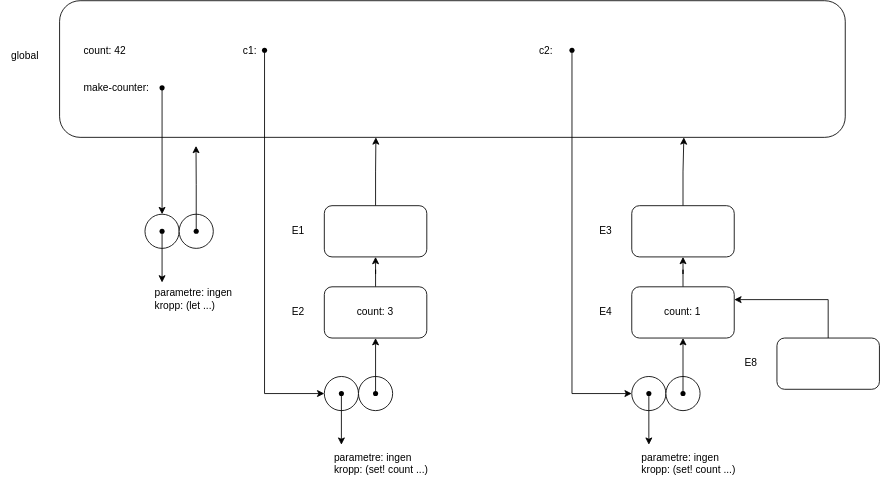
larissavdv/IN2040 keeps this draw.io diagram as 1b_environment.svg. Above is the earlier version. Source tidied: cells renumbered, new cells last; positions are measured from the earlier drawing's top-left corner, leaving out a move shared by most shapes. The source it was exported from:
```xml
<mxGraphModel>
  <root>
    <mxCell id="0" />
    <mxCell id="1" parent="0" />
    <mxCell id="2" value="&lt;span style=&quot;white-space: pre;&quot;&gt;&#9;&lt;/span&gt;count: 42&lt;span style=&quot;white-space: pre;&quot;&gt;&#9;&lt;/span&gt;&lt;span style=&quot;white-space: pre;&quot;&gt;&#9;&lt;/span&gt;&lt;span style=&quot;white-space: pre;&quot;&gt;&#9;&lt;/span&gt;&lt;span style=&quot;white-space: pre;&quot;&gt;&#9;&lt;/span&gt;&lt;span style=&quot;white-space: pre;&quot;&gt;&#9;&lt;/span&gt;&lt;span style=&quot;white-space: pre;&quot;&gt;&#9;&lt;/span&gt;c1:&lt;span style=&quot;white-space: pre;&quot;&gt;&#9;&lt;/span&gt;&lt;span style=&quot;white-space: pre;&quot;&gt;&#9;&lt;/span&gt;&lt;span style=&quot;white-space: pre;&quot;&gt;&#9;&lt;/span&gt;&lt;span style=&quot;white-space: pre;&quot;&gt;&#9;&lt;/span&gt;&lt;span style=&quot;white-space: pre;&quot;&gt;&#9;&lt;/span&gt;&lt;span style=&quot;white-space: pre;&quot;&gt;&#9;&lt;/span&gt;&lt;span style=&quot;white-space: pre;&quot;&gt;&#9;&lt;/span&gt;&lt;span style=&quot;white-space: pre;&quot;&gt;&#9;&lt;/span&gt;&lt;span style=&quot;white-space: pre;&quot;&gt;&#9;&lt;/span&gt;&lt;span style=&quot;white-space: pre;&quot;&gt;&#9;&lt;span style=&quot;white-space: pre;&quot;&gt;&#9;&lt;/span&gt;&lt;span style=&quot;white-space: pre;&quot;&gt;&#9;&lt;/span&gt;&lt;span style=&quot;white-space: pre;&quot;&gt;&#9;&lt;/span&gt;&lt;/span&gt;c2:&amp;nbsp;&lt;div&gt;&lt;br&gt;&lt;/div&gt;&lt;div&gt;&lt;br&gt;&lt;/div&gt;&lt;div&gt;&lt;span style=&quot;white-space: pre;&quot;&gt;&#9;&lt;/span&gt;make-counter:&amp;nbsp;&lt;/div&gt;" style="rounded=1;whiteSpace=wrap;html=1;roundedPerimeter=1;align=left;" parent="1" vertex="1">
      <mxGeometry x="70" width="920" height="160" as="geometry" />
    </mxCell>
    <mxCell id="3" value="global" style="text;html=1;whiteSpace=wrap;strokeColor=none;fillColor=none;align=center;verticalAlign=middle;rounded=0;" parent="1" vertex="1">
      <mxGeometry y="50" width="60" height="30" as="geometry" />
    </mxCell>
    <mxCell id="4" style="edgeStyle=orthogonalEdgeStyle;rounded=0;jettySize=auto;html=1;entryX=0.5;entryY=0;entryDx=0;entryDy=0;" parent="1" edge="1" source="5" target="6">
      <mxGeometry relative="1" as="geometry" />
    </mxCell>
    <mxCell id="5" style="shape=waypoint;sketch=0;fillStyle=solid;size=6;points=[];fillColor=none;perimeter=centerPerimeter;snapToPoint=1;" parent="1" vertex="1">
      <mxGeometry x="180" y="92" width="20" height="20" as="geometry" />
    </mxCell>
    <mxCell id="6" style="ellipse;whiteSpace=wrap;html=1;shapeInside=1;" parent="1" vertex="1">
      <mxGeometry x="170" y="250" width="40" height="40" as="geometry" />
    </mxCell>
    <mxCell id="7" style="ellipse;whiteSpace=wrap;html=1;shapeInside=1;" parent="1" vertex="1">
      <mxGeometry x="210" y="250" width="40" height="40" as="geometry" />
    </mxCell>
    <mxCell id="8" style="edgeStyle=orthogonalEdgeStyle;rounded=0;jettySize=auto;html=1;" parent="1" edge="1" source="9">
      <mxGeometry relative="1" as="geometry">
        <mxPoint x="190" y="330" as="targetPoint" />
      </mxGeometry>
    </mxCell>
    <mxCell id="9" style="shape=waypoint;sketch=0;fillStyle=solid;size=6;points=[];fillColor=none;perimeter=centerPerimeter;snapToPoint=1;" parent="1" vertex="1">
      <mxGeometry x="180" y="260" width="20" height="20" as="geometry" />
    </mxCell>
    <mxCell id="10" style="edgeStyle=orthogonalEdgeStyle;rounded=0;jettySize=auto;html=1;entryX=0.154;entryY=0.997;entryDx=0;entryDy=0;" parent="1" edge="1" source="11">
      <mxGeometry relative="1" as="geometry">
        <mxPoint x="229.8" y="170" as="targetPoint" />
      </mxGeometry>
    </mxCell>
    <mxCell id="11" style="shape=waypoint;sketch=0;fillStyle=solid;size=6;points=[];fillColor=none;perimeter=centerPerimeter;snapToPoint=1;" parent="1" vertex="1">
      <mxGeometry x="220" y="260" width="20" height="20" as="geometry" />
    </mxCell>
    <mxCell id="12" value="parametre: ingen&lt;div&gt;kropp: (let ...)&lt;/div&gt;" style="text;html=1;whiteSpace=wrap;strokeColor=none;fillColor=none;align=left;verticalAlign=middle;rounded=0;" parent="1" vertex="1">
      <mxGeometry x="180" y="335" width="150" height="30" as="geometry" />
    </mxCell>
    <mxCell id="13" style="edgeStyle=orthogonalEdgeStyle;rounded=0;jettySize=auto;html=1;entryX=0.41;entryY=1.02;entryDx=0;entryDy=0;" parent="1" edge="1" source="14">
      <mxGeometry x="-0.01" relative="1" as="geometry">
        <mxPoint x="440.4" y="160" as="targetPoint" />
      </mxGeometry>
    </mxCell>
    <mxCell id="14" style="rounded=1;whiteSpace=wrap;html=1;roundedPerimeter=1;" parent="1" vertex="1">
      <mxGeometry x="380" y="240" width="120" height="60" as="geometry" />
    </mxCell>
    <mxCell id="15" style="edgeStyle=orthogonalEdgeStyle;rounded=0;jettySize=auto;html=1;entryX=0.5;entryY=1;entryDx=0;entryDy=0;" parent="1" edge="1" source="16" target="14">
      <mxGeometry relative="1" as="geometry" />
    </mxCell>
    <mxCell id="16" value="count: 3" style="rounded=1;whiteSpace=wrap;html=1;roundedPerimeter=1;align=center;" parent="1" vertex="1">
      <mxGeometry x="380" y="335" width="120" height="60" as="geometry" />
    </mxCell>
    <mxCell id="17" value="E1" style="text;html=1;whiteSpace=wrap;strokeColor=none;fillColor=none;align=center;verticalAlign=middle;rounded=0;" parent="1" vertex="1">
      <mxGeometry x="320" y="255" width="60" height="30" as="geometry" />
    </mxCell>
    <mxCell id="18" value="E2" style="text;html=1;whiteSpace=wrap;strokeColor=none;fillColor=none;align=center;verticalAlign=middle;rounded=0;" parent="1" vertex="1">
      <mxGeometry x="320" y="350" width="60" height="30" as="geometry" />
    </mxCell>
    <mxCell id="19" style="ellipse;whiteSpace=wrap;html=1;shapeInside=1;" parent="1" vertex="1">
      <mxGeometry x="380" y="440" width="40" height="40" as="geometry" />
    </mxCell>
    <mxCell id="20" style="ellipse;whiteSpace=wrap;html=1;shapeInside=1;" parent="1" vertex="1">
      <mxGeometry x="420" y="440" width="40" height="40" as="geometry" />
    </mxCell>
    <mxCell id="21" style="edgeStyle=orthogonalEdgeStyle;rounded=0;jettySize=auto;html=1;" parent="1" edge="1" source="22">
      <mxGeometry relative="1" as="geometry">
        <mxPoint x="400" y="520" as="targetPoint" />
      </mxGeometry>
    </mxCell>
    <mxCell id="22" style="shape=waypoint;sketch=0;fillStyle=solid;size=6;points=[];fillColor=none;perimeter=centerPerimeter;snapToPoint=1;" parent="1" vertex="1">
      <mxGeometry x="390" y="450" width="20" height="20" as="geometry" />
    </mxCell>
    <mxCell id="23" style="edgeStyle=orthogonalEdgeStyle;rounded=0;jettySize=auto;html=1;entryX=0.5;entryY=1;entryDx=0;entryDy=0;" parent="1" edge="1" source="24" target="16">
      <mxGeometry relative="1" as="geometry" />
    </mxCell>
    <mxCell id="24" style="shape=waypoint;sketch=0;fillStyle=solid;size=6;points=[];fillColor=none;perimeter=centerPerimeter;snapToPoint=1;" parent="1" vertex="1">
      <mxGeometry x="430" y="450" width="20" height="20" as="geometry" />
    </mxCell>
    <mxCell id="25" style="edgeStyle=orthogonalEdgeStyle;rounded=0;jettySize=auto;html=1;entryX=0;entryY=0.5;entryDx=0;entryDy=0;" parent="1" edge="1" source="26" target="19">
      <mxGeometry relative="1" as="geometry">
        <Array as="points">
          <mxPoint x="310" y="460" />
        </Array>
      </mxGeometry>
    </mxCell>
    <mxCell id="26" style="shape=waypoint;sketch=0;fillStyle=solid;size=6;points=[];fillColor=none;perimeter=centerPerimeter;snapToPoint=1;" parent="1" vertex="1">
      <mxGeometry x="300" y="48" width="20" height="20" as="geometry" />
    </mxCell>
    <mxCell id="27" value="parametre: ingen&lt;div&gt;kropp: (set! count ...)&amp;nbsp;&lt;div&gt;&lt;br&gt;&lt;/div&gt;&lt;/div&gt;" style="text;html=1;whiteSpace=wrap;strokeColor=none;fillColor=none;align=left;verticalAlign=middle;rounded=0;" parent="1" vertex="1">
      <mxGeometry x="390" y="520" width="140" height="60" as="geometry" />
    </mxCell>
    <mxCell id="28" style="edgeStyle=orthogonalEdgeStyle;rounded=0;jettySize=auto;html=1;entryX=0.288;entryY=0.987;entryDx=0;entryDy=0;" parent="1" edge="1" source="29">
      <mxGeometry relative="1" as="geometry">
        <mxPoint x="801" y="160" as="targetPoint" />
      </mxGeometry>
    </mxCell>
    <mxCell id="29" style="rounded=1;whiteSpace=wrap;html=1;roundedPerimeter=1;" parent="1" vertex="1">
      <mxGeometry x="740" y="240" width="120" height="60" as="geometry" />
    </mxCell>
    <mxCell id="30" style="edgeStyle=orthogonalEdgeStyle;rounded=0;jettySize=auto;html=1;entryX=0.5;entryY=1;entryDx=0;entryDy=0;" parent="1" edge="1" source="31" target="29">
      <mxGeometry relative="1" as="geometry" />
    </mxCell>
    <mxCell id="31" value="count: 1" style="rounded=1;whiteSpace=wrap;html=1;roundedPerimeter=1;align=center;" parent="1" vertex="1">
      <mxGeometry x="740" y="335" width="120" height="60" as="geometry" />
    </mxCell>
    <mxCell id="32" value="E3" style="text;html=1;whiteSpace=wrap;strokeColor=none;fillColor=none;align=center;verticalAlign=middle;rounded=0;" parent="1" vertex="1">
      <mxGeometry x="680" y="255" width="60" height="30" as="geometry" />
    </mxCell>
    <mxCell id="33" value="E4" style="text;html=1;whiteSpace=wrap;strokeColor=none;fillColor=none;align=center;verticalAlign=middle;rounded=0;" parent="1" vertex="1">
      <mxGeometry x="680" y="350" width="60" height="30" as="geometry" />
    </mxCell>
    <mxCell id="34" style="ellipse;whiteSpace=wrap;html=1;shapeInside=1;" parent="1" vertex="1">
      <mxGeometry x="740" y="440" width="40" height="40" as="geometry" />
    </mxCell>
    <mxCell id="35" style="ellipse;whiteSpace=wrap;html=1;shapeInside=1;" parent="1" vertex="1">
      <mxGeometry x="780" y="440" width="40" height="40" as="geometry" />
    </mxCell>
    <mxCell id="36" style="edgeStyle=orthogonalEdgeStyle;rounded=0;jettySize=auto;html=1;" parent="1" edge="1" source="37">
      <mxGeometry relative="1" as="geometry">
        <mxPoint x="760" y="520" as="targetPoint" />
      </mxGeometry>
    </mxCell>
    <mxCell id="37" style="shape=waypoint;sketch=0;fillStyle=solid;size=6;points=[];fillColor=none;perimeter=centerPerimeter;snapToPoint=1;" parent="1" vertex="1">
      <mxGeometry x="750" y="450" width="20" height="20" as="geometry" />
    </mxCell>
    <mxCell id="38" style="edgeStyle=orthogonalEdgeStyle;rounded=0;jettySize=auto;html=1;entryX=0.5;entryY=1;entryDx=0;entryDy=0;" parent="1" edge="1" source="39" target="31">
      <mxGeometry relative="1" as="geometry" />
    </mxCell>
    <mxCell id="39" style="shape=waypoint;sketch=0;fillStyle=solid;size=6;points=[];fillColor=none;perimeter=centerPerimeter;snapToPoint=1;" parent="1" vertex="1">
      <mxGeometry x="790" y="450" width="20" height="20" as="geometry" />
    </mxCell>
    <mxCell id="40" style="edgeStyle=orthogonalEdgeStyle;rounded=0;jettySize=auto;html=1;entryX=0;entryY=0.5;entryDx=0;entryDy=0;" parent="1" edge="1" source="41" target="34">
      <mxGeometry relative="1" as="geometry">
        <Array as="points">
          <mxPoint x="670" y="460" />
        </Array>
      </mxGeometry>
    </mxCell>
    <mxCell id="41" style="shape=waypoint;sketch=0;fillStyle=solid;size=6;points=[];fillColor=none;perimeter=centerPerimeter;snapToPoint=1;" parent="1" vertex="1">
      <mxGeometry x="660" y="48" width="20" height="20" as="geometry" />
    </mxCell>
    <mxCell id="42" value="parametre: ingen&lt;div&gt;kropp: (set! count ...)&amp;nbsp;&lt;div&gt;&lt;br&gt;&lt;/div&gt;&lt;/div&gt;" style="text;html=1;whiteSpace=wrap;strokeColor=none;fillColor=none;align=left;verticalAlign=middle;rounded=0;" parent="1" vertex="1">
      <mxGeometry x="750" y="520" width="140" height="60" as="geometry" />
    </mxCell>
    <mxCell id="43" style="edgeStyle=orthogonalEdgeStyle;rounded=0;jettySize=auto;html=1;entryX=1;entryY=0.25;entryDx=0;entryDy=0;exitX=0.5;exitY=0;exitDx=0;exitDy=0;" parent="1" edge="1" source="44" target="31">
      <mxGeometry relative="1" as="geometry" />
    </mxCell>
    <mxCell id="44" style="rounded=1;whiteSpace=wrap;html=1;roundedPerimeter=1;" parent="1" vertex="1">
      <mxGeometry x="910" y="395" width="120" height="60" as="geometry" />
    </mxCell>
    <mxCell id="45" value="E8" style="text;html=1;whiteSpace=wrap;strokeColor=none;fillColor=none;align=center;verticalAlign=middle;rounded=0;" parent="1" vertex="1">
      <mxGeometry x="850" y="410" width="60" height="30" as="geometry" />
    </mxCell>
  </root>
</mxGraphModel>
```
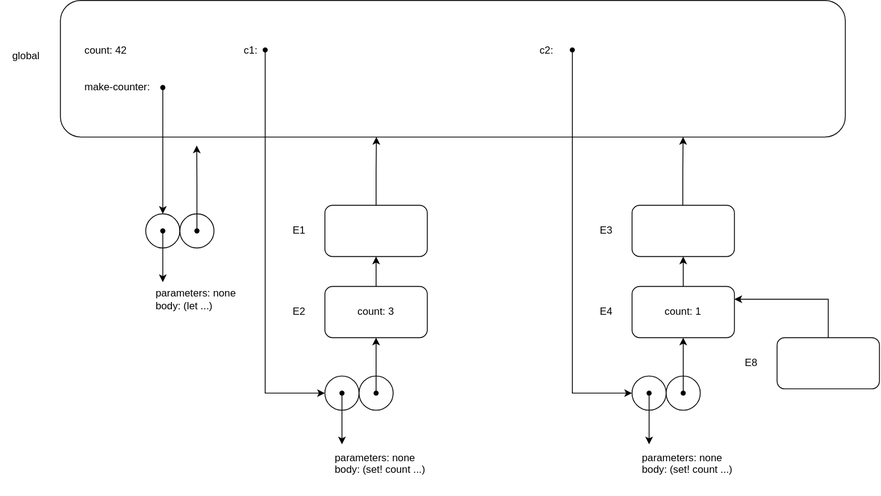
The same diagram one commit later.

Change to the diagram source:
```diff
@@ -36,7 +36,7 @@
     <mxCell id="11" style="shape=waypoint;sketch=0;fillStyle=solid;size=6;points=[];fillColor=none;perimeter=centerPerimeter;snapToPoint=1;" parent="1" vertex="1">
       <mxGeometry x="220" y="260" width="20" height="20" as="geometry" />
     </mxCell>
-    <mxCell id="12" value="parametre: ingen&lt;div&gt;kropp: (let ...)&lt;/div&gt;" style="text;html=1;whiteSpace=wrap;strokeColor=none;fillColor=none;align=left;verticalAlign=middle;rounded=0;" parent="1" vertex="1">
+    <mxCell id="12" value="parameters: none&lt;div&gt;body: (let ...)&lt;/div&gt;" style="text;html=1;whiteSpace=wrap;strokeColor=none;fillColor=none;align=left;verticalAlign=middle;rounded=0;" parent="1" vertex="1">
       <mxGeometry x="180" y="335" width="150" height="30" as="geometry" />
     </mxCell>
     <mxCell id="13" style="edgeStyle=orthogonalEdgeStyle;rounded=0;jettySize=auto;html=1;entryX=0.41;entryY=1.02;entryDx=0;entryDy=0;" parent="1" edge="1" source="14">
@@ -89,14 +89,9 @@
     <mxCell id="26" style="shape=waypoint;sketch=0;fillStyle=solid;size=6;points=[];fillColor=none;perimeter=centerPerimeter;snapToPoint=1;" parent="1" vertex="1">
       <mxGeometry x="300" y="48" width="20" height="20" as="geometry" />
     </mxCell>
-    <mxCell id="27" value="parametre: ingen&lt;div&gt;kropp: (set! count ...)&amp;nbsp;&lt;div&gt;&lt;br&gt;&lt;/div&gt;&lt;/div&gt;" style="text;html=1;whiteSpace=wrap;strokeColor=none;fillColor=none;align=left;verticalAlign=middle;rounded=0;" parent="1" vertex="1">
+    <mxCell id="27" value="parameters: none&lt;div&gt;body: (set! count ...)&amp;nbsp;&lt;div&gt;&lt;br&gt;&lt;/div&gt;&lt;/div&gt;" style="text;html=1;whiteSpace=wrap;strokeColor=none;fillColor=none;align=left;verticalAlign=middle;rounded=0;" parent="1" vertex="1">
       <mxGeometry x="390" y="520" width="140" height="60" as="geometry" />
     </mxCell>
-    <mxCell id="28" style="edgeStyle=orthogonalEdgeStyle;rounded=0;jettySize=auto;html=1;entryX=0.288;entryY=0.987;entryDx=0;entryDy=0;" parent="1" edge="1" source="29">
-      <mxGeometry relative="1" as="geometry">
-        <mxPoint x="801" y="160" as="targetPoint" />
-      </mxGeometry>
-    </mxCell>
     <mxCell id="29" style="rounded=1;whiteSpace=wrap;html=1;roundedPerimeter=1;" parent="1" vertex="1">
       <mxGeometry x="740" y="240" width="120" height="60" as="geometry" />
     </mxCell>
@@ -142,9 +137,6 @@
     <mxCell id="41" style="shape=waypoint;sketch=0;fillStyle=solid;size=6;points=[];fillColor=none;perimeter=centerPerimeter;snapToPoint=1;" parent="1" vertex="1">
       <mxGeometry x="660" y="48" width="20" height="20" as="geometry" />
     </mxCell>
-    <mxCell id="42" value="parametre: ingen&lt;div&gt;kropp: (set! count ...)&amp;nbsp;&lt;div&gt;&lt;br&gt;&lt;/div&gt;&lt;/div&gt;" style="text;html=1;whiteSpace=wrap;strokeColor=none;fillColor=none;align=left;verticalAlign=middle;rounded=0;" parent="1" vertex="1">
-      <mxGeometry x="750" y="520" width="140" height="60" as="geometry" />
-    </mxCell>
     <mxCell id="43" style="edgeStyle=orthogonalEdgeStyle;rounded=0;jettySize=auto;html=1;entryX=1;entryY=0.25;entryDx=0;entryDy=0;exitX=0.5;exitY=0;exitDx=0;exitDy=0;" parent="1" edge="1" source="44" target="31">
       <mxGeometry relative="1" as="geometry" />
     </mxCell>
@@ -154,5 +146,14 @@
     <mxCell id="45" value="E8" style="text;html=1;whiteSpace=wrap;strokeColor=none;fillColor=none;align=center;verticalAlign=middle;rounded=0;" parent="1" vertex="1">
       <mxGeometry x="850" y="410" width="60" height="30" as="geometry" />
     </mxCell>
+    <mxCell id="46" value="parameters: none&lt;div&gt;body: (set! count ...)&amp;nbsp;&lt;div&gt;&lt;br&gt;&lt;/div&gt;&lt;/div&gt;" style="text;html=1;whiteSpace=wrap;strokeColor=none;fillColor=none;align=left;verticalAlign=middle;rounded=0;" parent="1" vertex="1">
+      <mxGeometry x="750" y="520" width="140" height="60" as="geometry" />
+    </mxCell>
+    <mxCell id="47" style="edgeStyle=orthogonalEdgeStyle;rounded=0;orthogonalLoop=1;jettySize=auto;html=1;entryX=0.41;entryY=1.02;entryDx=0;entryDy=0;" parent="1" edge="1">
+      <mxGeometry x="-0.01" relative="1" as="geometry">
+        <mxPoint x="799.5" y="240" as="sourcePoint" />
+        <mxPoint x="799.9" y="160" as="targetPoint" />
+      </mxGeometry>
+    </mxCell>
   </root>
 </mxGraphModel>
```
